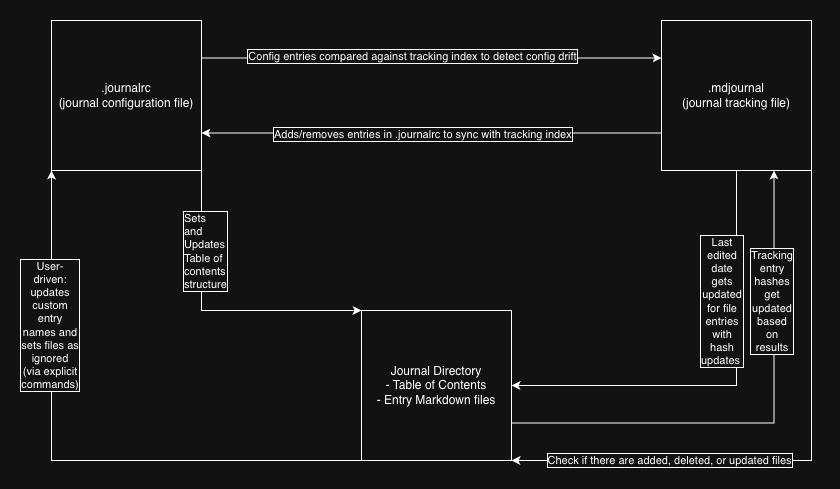
Above: docs/mdjournal_file_infrastructure.png in CollinRobison/markdown-journal-cli (draw.io), before the change. Source tidied: cells renumbered, new cells last; positions are measured from the earlier drawing's top-left corner, leaving out a move shared by most shapes. The source it was exported from:
```xml
<mxGraphModel>
  <root>
    <mxCell id="0" />
    <mxCell id="1" parent="0" />
    <mxCell id="2" style="edgeStyle=orthogonalEdgeStyle;rounded=0;jettySize=auto;html=1;exitX=1;exitY=0.25;exitDx=0;exitDy=0;entryX=0;entryY=0.25;entryDx=0;entryDy=0;" parent="1" edge="1" source="6" target="13">
      <mxGeometry relative="1" as="geometry" />
    </mxCell>
    <mxCell id="3" value="Config entries compared against tracking index to detect config drift" style="edgeLabel;html=1;align=center;verticalAlign=middle;labelBorderColor=default;" parent="2" vertex="1">
      <mxGeometry x="-0.25" y="3" relative="1" as="geometry">
        <mxPoint x="37" y="1" as="offset" />
      </mxGeometry>
    </mxCell>
    <mxCell id="4" style="edgeStyle=orthogonalEdgeStyle;rounded=0;jettySize=auto;html=1;exitX=1;exitY=1;exitDx=0;exitDy=0;entryX=0;entryY=0;entryDx=0;entryDy=0;" parent="1" edge="1" source="6" target="18">
      <mxGeometry relative="1" as="geometry">
        <Array as="points">
          <mxPoint x="150" y="290" />
        </Array>
      </mxGeometry>
    </mxCell>
    <mxCell id="5" value="Sets and Updates Table of contents structure" style="edgeLabel;html=1;align=left;verticalAlign=middle;whiteSpace=wrap;labelBorderColor=default;" parent="4" vertex="1">
      <mxGeometry x="-0.55" relative="1" as="geometry">
        <mxPoint x="-20" y="12" as="offset" />
      </mxGeometry>
    </mxCell>
    <mxCell id="6" value=".journalrc&lt;br&gt;(journal configuration file)" style="whiteSpace=wrap;html=1;" parent="1" vertex="1">
      <mxGeometry width="150" height="150" as="geometry" />
    </mxCell>
    <mxCell id="7" style="edgeStyle=orthogonalEdgeStyle;rounded=0;jettySize=auto;html=1;exitX=0;exitY=0.75;exitDx=0;exitDy=0;entryX=1;entryY=0.75;entryDx=0;entryDy=0;" parent="1" edge="1" source="13" target="6">
      <mxGeometry relative="1" as="geometry" />
    </mxCell>
    <mxCell id="8" value="Adds/removes entries in .journalrc to sync with tracking index" style="edgeLabel;html=1;align=left;verticalAlign=middle;labelBorderColor=default;" parent="7" vertex="1">
      <mxGeometry x="0.44" y="1" relative="1" as="geometry">
        <mxPoint x="-59" as="offset" />
      </mxGeometry>
    </mxCell>
    <mxCell id="9" style="edgeStyle=orthogonalEdgeStyle;rounded=0;jettySize=auto;html=1;exitX=1;exitY=1;exitDx=0;exitDy=0;entryX=1;entryY=1;entryDx=0;entryDy=0;" parent="1" edge="1" source="13" target="18">
      <mxGeometry relative="1" as="geometry">
        <Array as="points">
          <mxPoint x="760" y="440" />
        </Array>
      </mxGeometry>
    </mxCell>
    <mxCell id="10" value="Check if there are added, deleted, or updated files" style="edgeLabel;html=1;align=center;verticalAlign=middle;labelBorderColor=default;" parent="9" vertex="1">
      <mxGeometry x="0.37" y="-1" relative="1" as="geometry">
        <mxPoint x="-29" as="offset" />
      </mxGeometry>
    </mxCell>
    <mxCell id="11" style="edgeStyle=orthogonalEdgeStyle;rounded=0;jettySize=auto;html=1;exitX=0.5;exitY=1;exitDx=0;exitDy=0;entryX=1;entryY=0.5;entryDx=0;entryDy=0;" parent="1" edge="1" source="13" target="18">
      <mxGeometry relative="1" as="geometry" />
    </mxCell>
    <mxCell id="12" value="Last edited date gets updated for file entries with hash updates&amp;nbsp;" style="edgeLabel;html=1;align=center;verticalAlign=middle;whiteSpace=wrap;labelBorderColor=default;" parent="11" vertex="1">
      <mxGeometry x="0.44" relative="1" as="geometry">
        <mxPoint x="86" y="-85" as="offset" />
      </mxGeometry>
    </mxCell>
    <mxCell id="13" value=".mdjournal&lt;br&gt;(journal tracking file)" style="whiteSpace=wrap;html=1;" parent="1" vertex="1">
      <mxGeometry x="610" width="150" height="150" as="geometry" />
    </mxCell>
    <mxCell id="14" style="edgeStyle=orthogonalEdgeStyle;rounded=0;jettySize=auto;html=1;exitX=0;exitY=1;exitDx=0;exitDy=0;entryX=0;entryY=1;entryDx=0;entryDy=0;" parent="1" edge="1" source="18" target="6">
      <mxGeometry relative="1" as="geometry">
        <Array as="points">
          <mxPoint y="440" />
        </Array>
      </mxGeometry>
    </mxCell>
    <mxCell id="15" value="User-driven: updates custom entry names and sets files as ignored (via explicit commands)" style="edgeLabel;html=1;align=center;verticalAlign=middle;whiteSpace=wrap;labelBorderColor=default;" parent="14" vertex="1">
      <mxGeometry x="0.49" y="2" relative="1" as="geometry" />
    </mxCell>
    <mxCell id="16" style="edgeStyle=orthogonalEdgeStyle;rounded=0;jettySize=auto;html=1;exitX=1;exitY=0.75;exitDx=0;exitDy=0;entryX=0.75;entryY=1;entryDx=0;entryDy=0;" parent="1" edge="1" source="18" target="13">
      <mxGeometry relative="1" as="geometry" />
    </mxCell>
    <mxCell id="17" value="Tracking entry hashes get updated based on results" style="edgeLabel;html=1;align=center;verticalAlign=middle;whiteSpace=wrap;labelBorderColor=default;" parent="16" vertex="1">
      <mxGeometry x="-0.7" relative="1" as="geometry">
        <mxPoint x="184" y="-122" as="offset" />
      </mxGeometry>
    </mxCell>
    <mxCell id="18" value="Journal Directory&lt;br&gt;- Table of Contents&lt;br&gt;- Entry Markdown files" style="whiteSpace=wrap;html=1;" parent="1" vertex="1">
      <mxGeometry x="310" y="290" width="150" height="150" as="geometry" />
    </mxCell>
  </root>
</mxGraphModel>
```
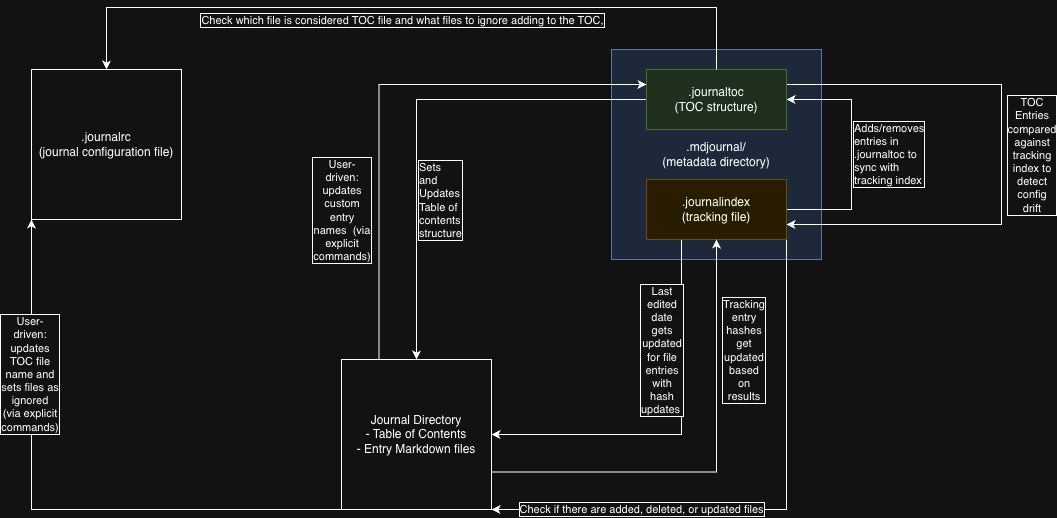
Above is the later version.

What changed in the source:
```diff
@@ -2,41 +2,54 @@
   <root>
     <mxCell id="0" />
     <mxCell id="1" parent="0" />
+    <mxCell id="6" value=".journalrc&lt;br&gt;(journal configuration file)" style="whiteSpace=wrap;html=1;" parent="1" vertex="1">
+      <mxGeometry width="150" height="150" as="geometry" />
+    </mxCell>
+    <mxCell id="13" value=".mdjournal/&lt;br&gt;(metadata directory)" style="whiteSpace=wrap;html=1;fillColor=#dae8fc;strokeColor=#6c8ebf;" parent="1" vertex="1">
+      <mxGeometry x="580" y="-20" width="210" height="210" as="geometry" />
+    </mxCell>
+    <mxCell id="4" style="edgeStyle=orthogonalEdgeStyle;rounded=0;jettySize=auto;html=1;exitX=0;exitY=0.5;exitDx=0;exitDy=0;entryX=0.5;entryY=0;entryDx=0;entryDy=0;" parent="1" edge="1" source="20" target="18">
+      <mxGeometry relative="1" as="geometry">
+        <Array as="points">
+          <mxPoint x="385" y="30" />
+        </Array>
+      </mxGeometry>
+    </mxCell>
+    <mxCell id="5" value="Sets and Updates Table of contents structure" style="edgeLabel;html=1;align=left;verticalAlign=middle;whiteSpace=wrap;labelBorderColor=default;" parent="4" vertex="1">
+      <mxGeometry x="-0.55" relative="1" as="geometry">
+        <mxPoint x="-119" y="100" as="offset" />
+      </mxGeometry>
+    </mxCell>
-    <mxCell id="2" style="edgeStyle=orthogonalEdgeStyle;rounded=0;jettySize=auto;html=1;exitX=1;exitY=0.25;exitDx=0;exitDy=0;entryX=0;entryY=0.25;entryDx=0;entryDy=0;" parent="1" edge="1" source="6" target="13">
-      <mxGeometry relative="1" as="geometry" />
+    <mxCell id="2" style="edgeStyle=orthogonalEdgeStyle;rounded=0;jettySize=auto;html=1;exitX=1;exitY=0.25;exitDx=0;exitDy=0;entryX=1;entryY=0.75;entryDx=0;entryDy=0;" parent="1" edge="1" source="20" target="19">
+      <mxGeometry relative="1" as="geometry">
+        <Array as="points">
+          <mxPoint x="970" y="15" />
+          <mxPoint x="970" y="155" />
+        </Array>
+      </mxGeometry>
     </mxCell>
-    <mxCell id="3" value="Config entries compared against tracking index to detect config drift" style="edgeLabel;html=1;align=center;verticalAlign=middle;labelBorderColor=default;" parent="2" vertex="1">
+    <mxCell id="3" value="TOC Entries compared against tracking index to detect config drift" style="edgeLabel;html=1;align=center;verticalAlign=middle;labelBorderColor=default;whiteSpace=wrap;" parent="2" vertex="1">
       <mxGeometry x="-0.25" y="3" relative="1" as="geometry">
-        <mxPoint x="37" y="1" as="offset" />
+        <mxPoint x="31" y="73" as="offset" />
       </mxGeometry>
     </mxCell>
-    <mxCell id="4" style="edgeStyle=orthogonalEdgeStyle;rounded=0;jettySize=auto;html=1;exitX=1;exitY=1;exitDx=0;exitDy=0;entryX=0;entryY=0;entryDx=0;entryDy=0;" parent="1" edge="1" source="6" target="18">
-      <mxGeometry relative="1" as="geometry">
-        <Array as="points">
-          <mxPoint x="150" y="290" />
-        </Array>
-      </mxGeometry>
-    </mxCell>
-    <mxCell id="5" value="Sets and Updates Table of contents structure" style="edgeLabel;html=1;align=left;verticalAlign=middle;whiteSpace=wrap;labelBorderColor=default;" parent="4" vertex="1">
-      <mxGeometry x="-0.55" relative="1" as="geometry">
-        <mxPoint x="-20" y="12" as="offset" />
-      </mxGeometry>
-    </mxCell>
-    <mxCell id="6" value=".journalrc&lt;br&gt;(journal configuration file)" style="whiteSpace=wrap;html=1;" parent="1" vertex="1">
-      <mxGeometry width="150" height="150" as="geometry" />
-    </mxCell>
-    <mxCell id="7" style="edgeStyle=orthogonalEdgeStyle;rounded=0;jettySize=auto;html=1;exitX=0;exitY=0.75;exitDx=0;exitDy=0;entryX=1;entryY=0.75;entryDx=0;entryDy=0;" parent="1" edge="1" source="13" target="6">
-      <mxGeometry relative="1" as="geometry" />
+    <mxCell id="7" style="edgeStyle=orthogonalEdgeStyle;rounded=0;jettySize=auto;html=1;exitX=1;exitY=0.5;exitDx=0;exitDy=0;entryX=1;entryY=0.5;entryDx=0;entryDy=0;" parent="1" edge="1" source="19" target="20">
+      <mxGeometry relative="1" as="geometry">
+        <Array as="points">
+          <mxPoint x="820" y="140" />
+          <mxPoint x="820" y="30" />
+        </Array>
+      </mxGeometry>
     </mxCell>
-    <mxCell id="8" value="Adds/removes entries in .journalrc to sync with tracking index" style="edgeLabel;html=1;align=left;verticalAlign=middle;labelBorderColor=default;" parent="7" vertex="1">
+    <mxCell id="8" value="Adds/removes entries in .journaltoc to sync with tracking index" style="edgeLabel;html=1;align=left;verticalAlign=middle;labelBorderColor=default;whiteSpace=wrap;spacingTop=-2;fontSize=11;" parent="7" vertex="1">
       <mxGeometry x="0.44" y="1" relative="1" as="geometry">
-        <mxPoint x="-59" as="offset" />
+        <mxPoint x="1" y="53" as="offset" />
       </mxGeometry>
     </mxCell>
-    <mxCell id="9" style="edgeStyle=orthogonalEdgeStyle;rounded=0;jettySize=auto;html=1;exitX=1;exitY=1;exitDx=0;exitDy=0;entryX=1;entryY=1;entryDx=0;entryDy=0;" parent="1" edge="1" source="13" target="18">
+    <mxCell id="9" style="edgeStyle=orthogonalEdgeStyle;rounded=0;jettySize=auto;html=1;entryX=1;entryY=1;entryDx=0;entryDy=0;exitX=1;exitY=1;exitDx=0;exitDy=0;" parent="1" edge="1" source="19" target="18">
       <mxGeometry relative="1" as="geometry">
         <Array as="points">
-          <mxPoint x="760" y="440" />
+          <mxPoint x="755" y="440" />
         </Array>
       </mxGeometry>
     </mxCell>
@@ -45,17 +58,20 @@
         <mxPoint x="-29" as="offset" />
       </mxGeometry>
     </mxCell>
-    <mxCell id="11" style="edgeStyle=orthogonalEdgeStyle;rounded=0;jettySize=auto;html=1;exitX=0.5;exitY=1;exitDx=0;exitDy=0;entryX=1;entryY=0.5;entryDx=0;entryDy=0;" parent="1" edge="1" source="13" target="18">
+    <mxCell id="11" style="edgeStyle=orthogonalEdgeStyle;rounded=0;jettySize=auto;html=1;entryX=1;entryY=0.5;entryDx=0;entryDy=0;exitX=0.25;exitY=1;exitDx=0;exitDy=0;" parent="1" edge="1" source="19" target="18">
       <mxGeometry relative="1" as="geometry" />
     </mxCell>
     <mxCell id="12" value="Last edited date gets updated for file entries with hash updates&amp;nbsp;" style="edgeLabel;html=1;align=center;verticalAlign=middle;whiteSpace=wrap;labelBorderColor=default;" parent="11" vertex="1">
       <mxGeometry x="0.44" relative="1" as="geometry">
-        <mxPoint x="86" y="-85" as="offset" />
+        <mxPoint x="62" y="-85" as="offset" />
       </mxGeometry>
     </mxCell>
-    <mxCell id="13" value=".mdjournal&lt;br&gt;(journal tracking file)" style="whiteSpace=wrap;html=1;" parent="1" vertex="1">
-      <mxGeometry x="610" width="150" height="150" as="geometry" />
-    </mxCell>
+    <mxCell id="19" value=".journalindex&lt;br&gt;(tracking file)" style="whiteSpace=wrap;html=1;fillColor=#fff2cc;strokeColor=#d6b656;" parent="1" vertex="1">
+      <mxGeometry x="615" y="110" width="140" height="60" as="geometry" />
+    </mxCell>
+    <mxCell id="20" value=".journaltoc&lt;br&gt;(TOC structure)" style="whiteSpace=wrap;html=1;fillColor=#d5e8d4;strokeColor=#82b366;" parent="1" vertex="1">
+      <mxGeometry x="615" width="140" height="60" as="geometry" />
+    </mxCell>
     <mxCell id="14" style="edgeStyle=orthogonalEdgeStyle;rounded=0;jettySize=auto;html=1;exitX=0;exitY=1;exitDx=0;exitDy=0;entryX=0;entryY=1;entryDx=0;entryDy=0;" parent="1" edge="1" source="18" target="6">
       <mxGeometry relative="1" as="geometry">
         <Array as="points">
@@ -63,10 +79,10 @@
         </Array>
       </mxGeometry>
     </mxCell>
-    <mxCell id="15" value="User-driven: updates custom entry names and sets files as ignored (via explicit commands)" style="edgeLabel;html=1;align=center;verticalAlign=middle;whiteSpace=wrap;labelBorderColor=default;" parent="14" vertex="1">
+    <mxCell id="15" value="User-driven: updates TOC file name and sets files as ignored (via explicit commands)" style="edgeLabel;html=1;align=center;verticalAlign=middle;whiteSpace=wrap;labelBorderColor=default;" parent="14" vertex="1">
       <mxGeometry x="0.49" y="2" relative="1" as="geometry" />
     </mxCell>
-    <mxCell id="16" style="edgeStyle=orthogonalEdgeStyle;rounded=0;jettySize=auto;html=1;exitX=1;exitY=0.75;exitDx=0;exitDy=0;entryX=0.75;entryY=1;entryDx=0;entryDy=0;" parent="1" edge="1" source="18" target="13">
+    <mxCell id="16" style="edgeStyle=orthogonalEdgeStyle;rounded=0;jettySize=auto;html=1;exitX=1;exitY=0.75;exitDx=0;exitDy=0;entryX=0.5;entryY=1;entryDx=0;entryDy=0;" parent="1" edge="1" source="18" target="19">
       <mxGeometry relative="1" as="geometry" />
     </mxCell>
     <mxCell id="17" value="Tracking entry hashes get updated based on results" style="edgeLabel;html=1;align=center;verticalAlign=middle;whiteSpace=wrap;labelBorderColor=default;" parent="16" vertex="1">
@@ -77,5 +93,30 @@
     <mxCell id="18" value="Journal Directory&lt;br&gt;- Table of Contents&lt;br&gt;- Entry Markdown files" style="whiteSpace=wrap;html=1;" parent="1" vertex="1">
       <mxGeometry x="310" y="290" width="150" height="150" as="geometry" />
     </mxCell>
+    <mxCell id="21" style="edgeStyle=orthogonalEdgeStyle;rounded=0;jettySize=auto;html=1;exitX=0.25;exitY=0;exitDx=0;exitDy=0;entryX=0;entryY=0.25;entryDx=0;entryDy=0;" parent="1" edge="1" source="18" target="20">
+      <mxGeometry relative="1" as="geometry">
+        <Array as="points">
+          <mxPoint x="348" y="15" />
+        </Array>
+      </mxGeometry>
+    </mxCell>
+    <mxCell id="22" value="User-driven: updates custom entry names&amp;nbsp; (via explicit commands)" style="edgeLabel;html=1;align=center;verticalAlign=middle;whiteSpace=wrap;labelBorderColor=default;" parent="21" vertex="1">
+      <mxGeometry x="0.49" y="2" relative="1" as="geometry">
+        <mxPoint x="-165" y="127" as="offset" />
+      </mxGeometry>
+    </mxCell>
+    <mxCell id="23" style="edgeStyle=orthogonalEdgeStyle;rounded=0;jettySize=auto;html=1;exitX=0.5;exitY=0;exitDx=0;exitDy=0;entryX=0.5;entryY=0;entryDx=0;entryDy=0;" parent="1" edge="1" source="20" target="6">
+      <mxGeometry relative="1" as="geometry">
+        <Array as="points">
+          <mxPoint x="685" y="-62" />
+          <mxPoint x="75" y="-62" />
+        </Array>
+      </mxGeometry>
+    </mxCell>
+    <mxCell id="24" value="Check which file is considered TOC file and what files to ignore adding to the TOC," style="edgeLabel;html=1;align=center;verticalAlign=middle;labelBorderColor=default;" parent="23" vertex="1">
+      <mxGeometry x="0.49" y="2" relative="1" as="geometry">
+        <mxPoint x="169" y="10" as="offset" />
+      </mxGeometry>
+    </mxCell>
   </root>
 </mxGraphModel>
```
